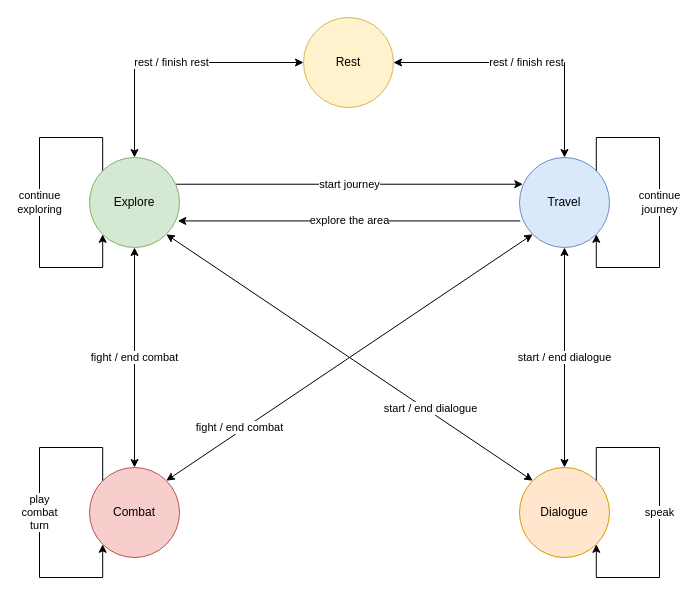
The draw.io diagram page "States" (2 of 10) of dnd.drawio in miladhub/dnd, before the edit. Source tidied: cells renumbered, new cells numbered last; positions are measured from the earlier drawing's top-left corner, leaving out a move shared by most shapes. Both pictures are drawn from the tidied source at 100%, with x=0, y=0 at pixel (39, 17).
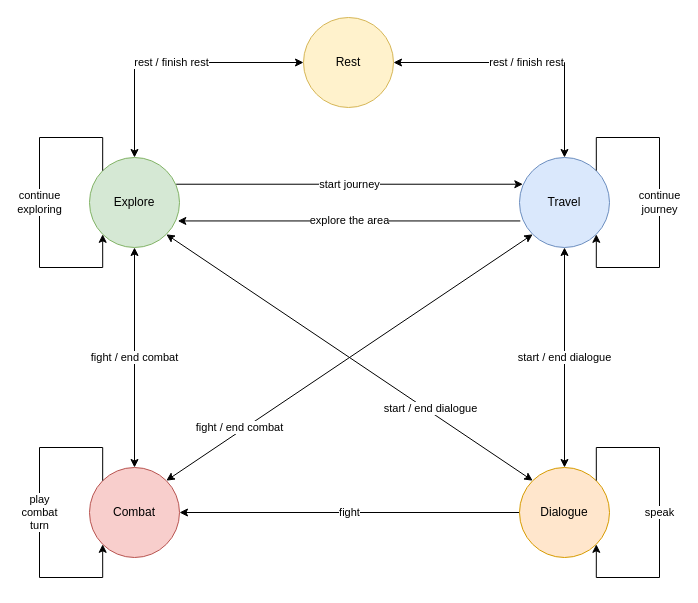
After the change.

The change refers to these unchanged cells:
```xml
<mxCell id="12" value="Combat" style="shape=ellipse;html=1;dashed=0;whiteSpace=wrap;perimeter=ellipsePerimeter;fillColor=#f8cecc;strokeColor=#b85450;" parent="1" vertex="1">
  <mxGeometry x="50" y="450" width="90" height="90" as="geometry" />
</mxCell>
<mxCell id="13" value="Dialogue" style="shape=ellipse;html=1;dashed=0;whiteSpace=wrap;perimeter=ellipsePerimeter;fillColor=#ffe6cc;strokeColor=#d79b00;" parent="1" vertex="1">
  <mxGeometry x="480" y="450" width="90" height="90" as="geometry" />
</mxCell>
```

The edit, as a diff of the source:
```diff
@@
+    <mxCell id="19" value="fight" style="edgeStyle=orthogonalEdgeStyle;rounded=0;jettySize=auto;html=1;exitX=0;exitY=0.5;exitDx=0;exitDy=0;entryX=1;entryY=0.5;entryDx=0;entryDy=0;" parent="1" edge="1" source="13" target="12">
+      <mxGeometry relative="1" as="geometry" />
+    </mxCell>
```
